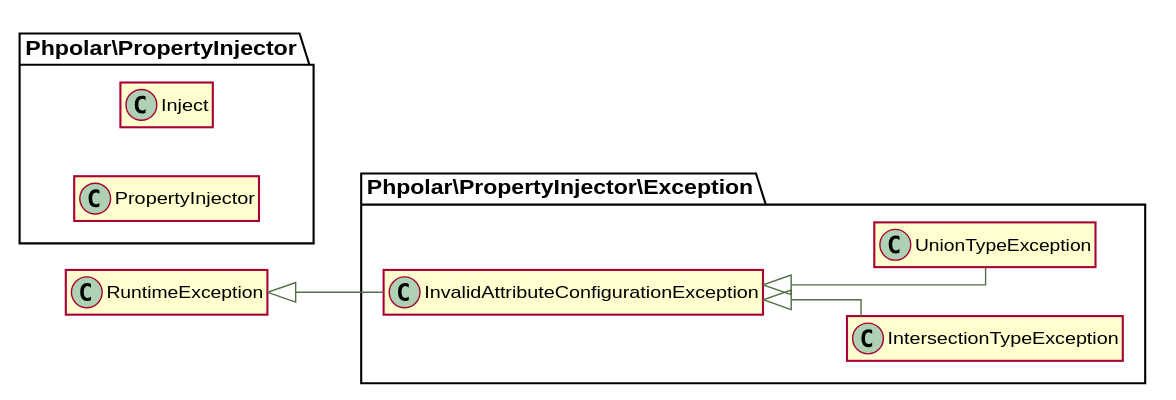
Above: docs/graphs/classes.svg in phpolar/property-injector (PlantUML), before the change.
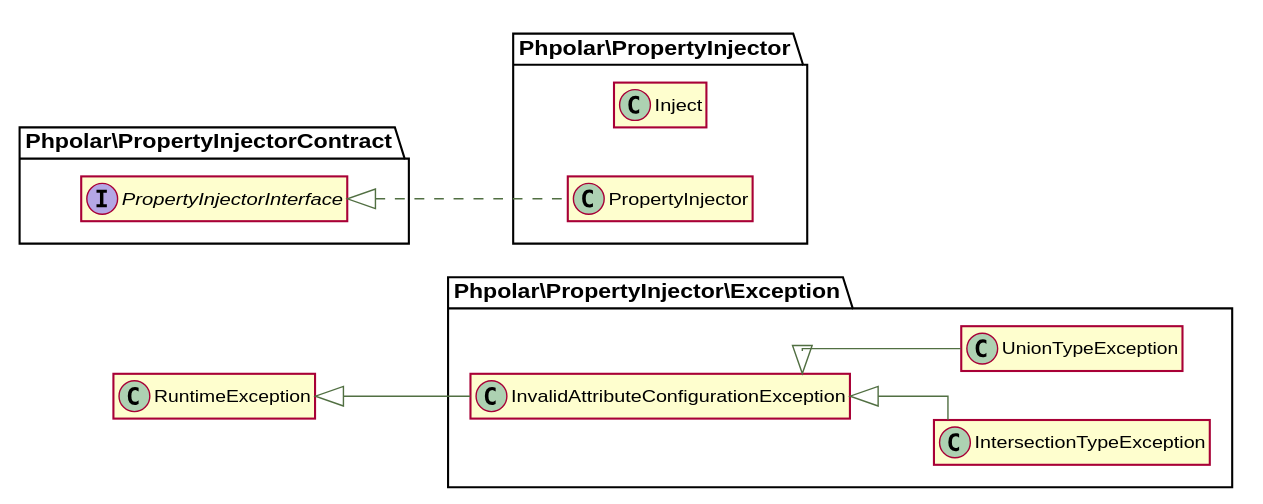
The same diagram one commit later.

Commit message:
feat(PropertyInjector): implement property injector interface

What changed in the source:
```diff
@@ -16,7 +16,7 @@
 class \\Phpolar\\PropertyInjector\\Inject {
 }
 
-class \\Phpolar\\PropertyInjector\\PropertyInjector {
+class \\Phpolar\\PropertyInjector\\PropertyInjector implements \\Phpolar\\PropertyInjectorContract\\PropertyInjectorInterface {
 }
 
 class \\Phpolar\\PropertyInjector\\Exception\\IntersectionTypeException extends \\Phpolar\\PropertyInjector\\Exception\\InvalidAttributeConfigurationException {
```
